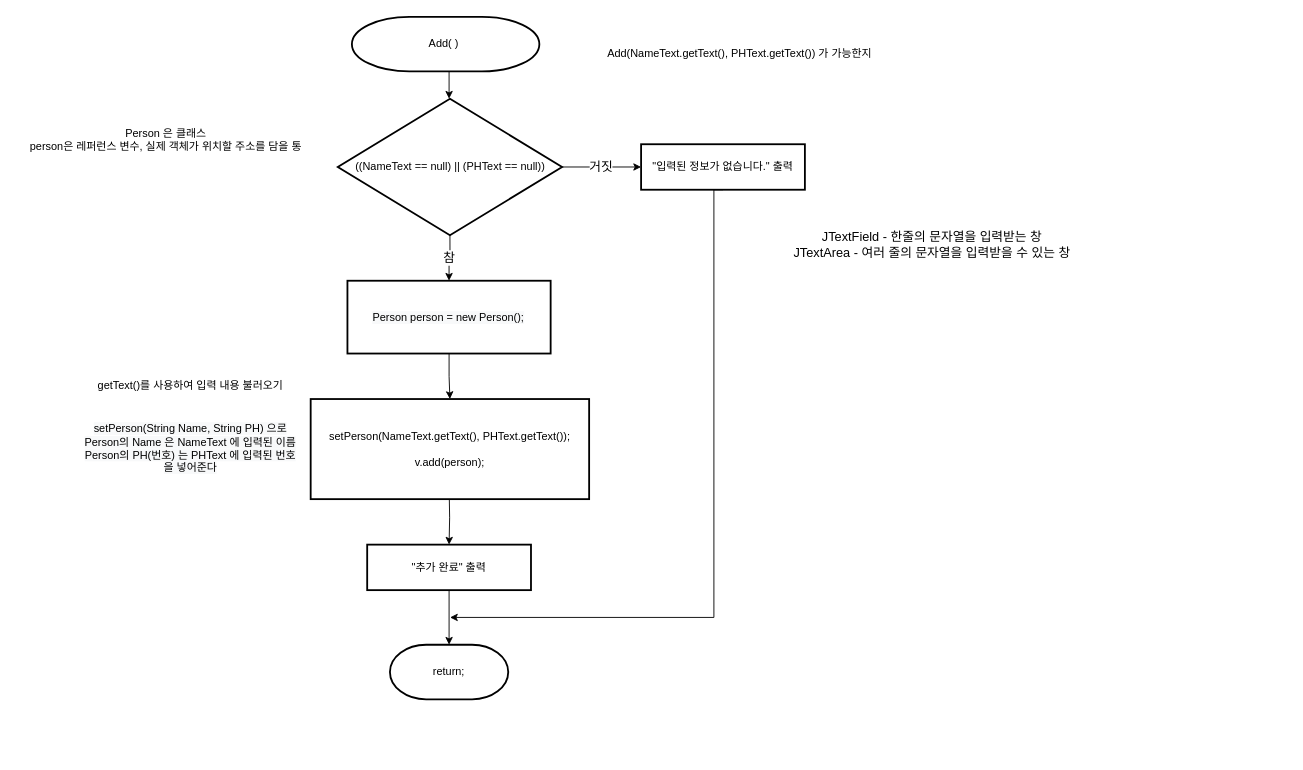
Above: 순서도/Add 기능 순서도_java.drawio in skatld123/PH_list_java (draw.io), before the change. Source tidied: cells renumbered, new cells numbered last; positions are measured from the earlier drawing's top-left corner, leaving out a move shared by most shapes. Both pictures are drawn from the tidied source at 91%, with x=0, y=0 at pixel (15, 16).
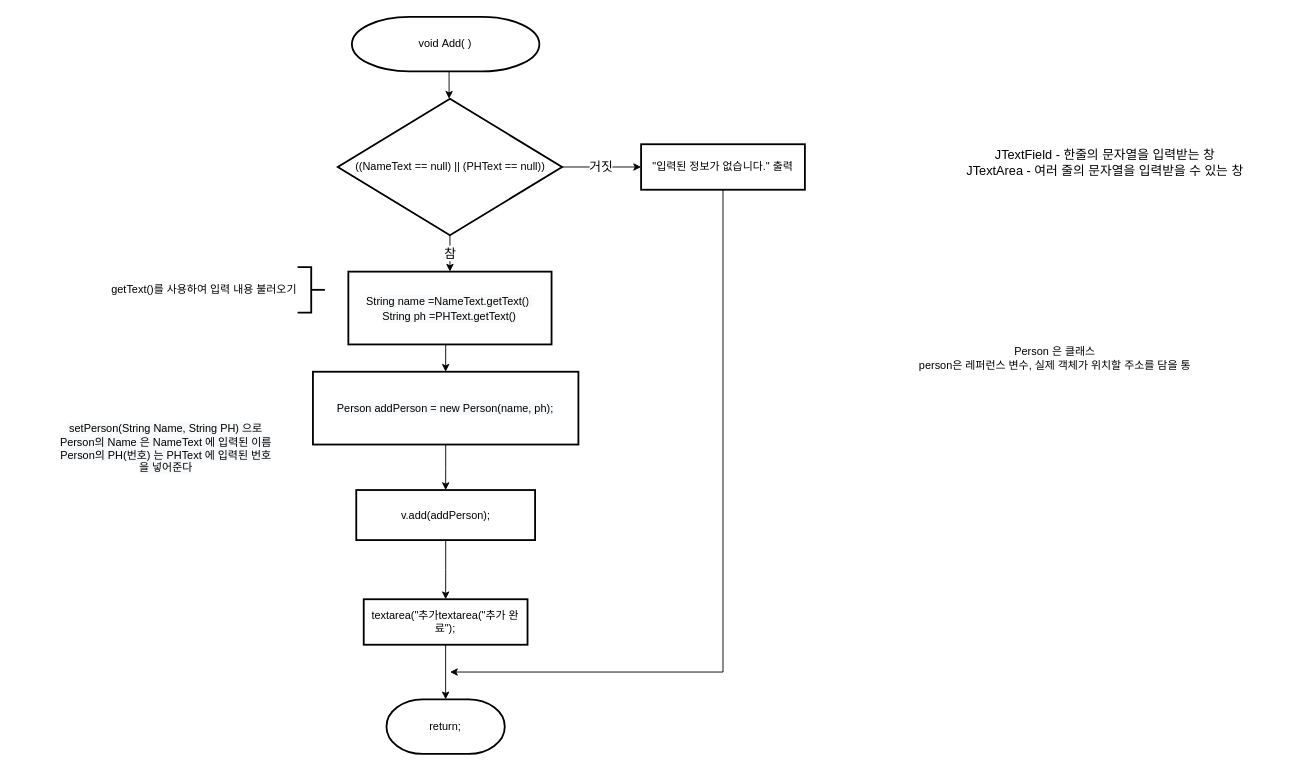
The same diagram, later.

Commit message:
Add 기능 순서도_java.drawio 업데이트

Unchanged cells that the change refers to:
```xml
<mxCell id="12" value="((NameText == null) || (PHText == null))" style="strokeWidth=2;html=1;shape=mxgraph.flowchart.decision;whiteSpace=wrap;" parent="1" vertex="1">
  <mxGeometry x="354.7" y="90" width="246.5" height="150" as="geometry" />
</mxCell>
<mxCell id="16" value="&quot;입력된 정보가 없습니다.&quot; 출력" style="rounded=1;whiteSpace=wrap;html=1;absoluteArcSize=1;arcSize=0;strokeWidth=2;" parent="1" vertex="1">
  <mxGeometry x="688" y="140" width="180" height="50" as="geometry" />
</mxCell>
```

Change to the diagram source:
```diff
@@
-    <mxCell id="3" value="&lt;span style=&quot;text-align: left&quot;&gt;Add( )&amp;nbsp;&lt;/span&gt;" style="strokeWidth=2;html=1;shape=mxgraph.flowchart.terminator;whiteSpace=wrap;" parent="1" vertex="1">
+    <mxCell id="3" value="&lt;span style=&quot;text-align: left&quot;&gt;void&amp;nbsp;&lt;/span&gt;&lt;span style=&quot;text-align: left&quot;&gt;Add( )&lt;/span&gt;" style="strokeWidth=2;html=1;shape=mxgraph.flowchart.terminator;whiteSpace=wrap;" parent="1" vertex="1">
       <mxGeometry x="370.2" width="206" height="60" as="geometry" />
     </mxCell>
     <mxCell id="4" value="return;" style="strokeWidth=2;html=1;shape=mxgraph.flowchart.terminator;whiteSpace=wrap;" parent="1" vertex="1">
-      <mxGeometry x="412" y="690" width="130" height="60" as="geometry" />
+      <mxGeometry x="408.2" y="750" width="130" height="60" as="geometry" />
     </mxCell>
@@
-    <mxCell id="6" value="&quot;추가 완료&quot; 출력" style="rounded=1;whiteSpace=wrap;html=1;absoluteArcSize=1;arcSize=0;strokeWidth=2;" parent="1" vertex="1">
-      <mxGeometry x="387" y="580" width="180" height="50" as="geometry" />
+    <mxCell id="6" value="textarea(&quot;추가textarea(&quot;추가 완료&quot;);" style="rounded=1;whiteSpace=wrap;html=1;absoluteArcSize=1;arcSize=0;strokeWidth=2;" parent="1" vertex="1">
+      <mxGeometry x="383.2" y="640" width="180" height="50" as="geometry" />
     </mxCell>
-    <mxCell id="7" style="edgeStyle=orthogonalEdgeStyle;rounded=0;jettySize=auto;html=1;entryX=0.5;entryY=0;entryDx=0;entryDy=0;" parent="1" edge="1" target="6">
-      <mxGeometry relative="1" as="geometry">
-        <mxPoint x="477.1" y="520" as="sourcePoint" />
-      </mxGeometry>
-    </mxCell>
     <mxCell id="8" value="Person 은 클래스&lt;br&gt;person은 레퍼런스 변수, 실제 객체가 위치할 주소를 담을 통" style="text;html=1;strokeColor=none;fillColor=none;align=center;verticalAlign=middle;whiteSpace=wrap;rounded=0;" parent="1" vertex="1">
-      <mxGeometry x="0.5" y="80" width="330" height="110" as="geometry" />
+      <mxGeometry x="978" y="320" width="330" height="110" as="geometry" />
     </mxCell>
+    <mxCell id="21" style="edgeStyle=orthogonalEdgeStyle;rounded=0;jettySize=auto;html=1;entryX=0.5;entryY=0;entryDx=0;entryDy=0;fontSize=14;" parent="1" edge="1" source="9" target="6">
+      <mxGeometry relative="1" as="geometry" />
+    </mxCell>
-    <mxCell id="9" value="&lt;p style=&quot;line-height: 140%&quot;&gt;&lt;span style=&quot;text-align: left&quot;&gt;setPerson(&lt;/span&gt;NameText.getText()&lt;span style=&quot;text-align: left&quot;&gt;,&amp;nbsp;&lt;/span&gt;PHText.getText());&lt;/p&gt;&lt;p style=&quot;line-height: 140%&quot;&gt;v.add(person);&lt;/p&gt;" style="rounded=1;whiteSpace=wrap;html=1;absoluteArcSize=1;arcSize=0;strokeWidth=2;align=center;" parent="1" vertex="1">
-      <mxGeometry x="324.9" y="420" width="306" height="110" as="geometry" />
+    <mxCell id="9" value="&lt;p style=&quot;line-height: 140%&quot;&gt;&lt;span&gt;v.add(&lt;/span&gt;&lt;span style=&quot;font-family: &amp;#34;helvetica&amp;#34;&quot;&gt;addPerson&lt;/span&gt;&lt;span&gt;);&lt;/span&gt;&lt;br&gt;&lt;/p&gt;" style="rounded=1;whiteSpace=wrap;html=1;absoluteArcSize=1;arcSize=0;strokeWidth=2;align=center;" parent="1" vertex="1">
+      <mxGeometry x="375" y="520" width="196.5" height="55" as="geometry" />
     </mxCell>
@@
-    <mxCell id="11" value="참" style="edgeStyle=orthogonalEdgeStyle;rounded=0;jettySize=auto;html=1;exitX=0.5;exitY=1;exitDx=0;exitDy=0;exitPerimeter=0;entryX=0.5;entryY=0;entryDx=0;entryDy=0;fontSize=14;" parent="1" edge="1" source="12" target="20">
+    <mxCell id="11" value="참" style="edgeStyle=orthogonalEdgeStyle;rounded=0;jettySize=auto;html=1;exitX=0.5;exitY=1;exitDx=0;exitDy=0;exitPerimeter=0;entryX=0.5;entryY=0;entryDx=0;entryDy=0;fontSize=14;" parent="1" edge="1" source="12" target="23">
       <mxGeometry relative="1" as="geometry" />
     </mxCell>
@@
     <mxCell id="13" value="getText()를 사용하여 입력 내용 불러오기" style="text;html=1;strokeColor=none;fillColor=none;align=center;verticalAlign=middle;whiteSpace=wrap;rounded=0;" parent="1" vertex="1">
-      <mxGeometry x="83" y="360" width="220" height="90" as="geometry" />
+      <mxGeometry x="98" y="255" width="220" height="90" as="geometry" />
     </mxCell>
     <mxCell id="14" value="&lt;br&gt;&lt;br&gt;&lt;span style=&quot;color: rgb(0 , 0 , 0) ; font-family: &amp;#34;helvetica&amp;#34; ; font-size: 12px ; font-style: normal ; font-weight: 400 ; letter-spacing: normal ; text-indent: 0px ; text-transform: none ; word-spacing: 0px ; background-color: rgb(248 , 249 , 250) ; text-align: left&quot;&gt;setPerson(String Name, String PH) 으로&lt;br&gt;Person의 Name 은&amp;nbsp;&lt;/span&gt;&lt;span style=&quot;color: rgb(0 , 0 , 0) ; font-family: &amp;#34;helvetica&amp;#34; ; font-size: 12px ; font-style: normal ; font-weight: 400 ; letter-spacing: normal ; text-align: center ; text-indent: 0px ; text-transform: none ; word-spacing: 0px ; background-color: rgb(248 , 249 , 250) ; display: inline ; float: none&quot;&gt;NameText 에 입력된 이름&lt;/span&gt;&lt;br style=&quot;color: rgb(0 , 0 , 0) ; font-family: &amp;#34;helvetica&amp;#34; ; font-size: 12px ; font-style: normal ; font-weight: 400 ; letter-spacing: normal ; text-align: center ; text-indent: 0px ; text-transform: none ; word-spacing: 0px ; background-color: rgb(248 , 249 , 250)&quot;&gt;&lt;span style=&quot;color: rgb(0 , 0 , 0) ; font-family: &amp;#34;helvetica&amp;#34; ; font-size: 12px ; font-style: normal ; font-weight: 400 ; letter-spacing: normal ; text-indent: 0px ; text-transform: none ; word-spacing: 0px ; background-color: rgb(248 , 249 , 250) ; text-align: left&quot;&gt;Person의 PH(번호) 는&amp;nbsp;&lt;/span&gt;&lt;span style=&quot;color: rgb(0 , 0 , 0) ; font-family: &amp;#34;helvetica&amp;#34; ; font-size: 12px ; font-style: normal ; font-weight: 400 ; letter-spacing: normal ; text-align: center ; text-indent: 0px ; text-transform: none ; word-spacing: 0px ; background-color: rgb(248 , 249 , 250) ; display: inline ; float: none&quot;&gt;PHText 에 입력된 번호&lt;/span&gt;&lt;br style=&quot;color: rgb(0 , 0 , 0) ; font-family: &amp;#34;helvetica&amp;#34; ; font-size: 12px ; font-style: normal ; font-weight: 400 ; letter-spacing: normal ; text-align: center ; text-indent: 0px ; text-transform: none ; word-spacing: 0px ; background-color: rgb(248 , 249 , 250)&quot;&gt;&lt;span style=&quot;color: rgb(0 , 0 , 0) ; font-family: &amp;#34;helvetica&amp;#34; ; font-size: 12px ; font-style: normal ; font-weight: 400 ; letter-spacing: normal ; text-indent: 0px ; text-transform: none ; word-spacing: 0px ; background-color: rgb(248 , 249 , 250) ; text-align: left&quot;&gt;을 넣어준다&lt;/span&gt;" style="text;html=1;strokeColor=none;fillColor=none;align=center;verticalAlign=middle;whiteSpace=wrap;rounded=0;" parent="1" vertex="1">
-      <mxGeometry x="48" y="380" width="290" height="160" as="geometry" />
+      <mxGeometry x="20.5" y="380" width="290" height="160" as="geometry" />
     </mxCell>
     <mxCell id="15" style="edgeStyle=orthogonalEdgeStyle;rounded=0;jettySize=auto;html=1;exitX=0.5;exitY=1;exitDx=0;exitDy=0;fontSize=14;" parent="1" edge="1" source="16">
       <mxGeometry relative="1" as="geometry">
-        <mxPoint x="478" y="660" as="targetPoint" />
+        <mxPoint x="478" y="720" as="targetPoint" />
         <Array as="points">
-          <mxPoint x="768" y="660" />
+          <mxPoint x="778" y="720" />
         </Array>
       </mxGeometry>
     </mxCell>
@@
     <mxCell id="17" value="JTextField - 한줄의 문자열을 입력받는 창&lt;br&gt;JTextArea - 여러 줄의 문자열을 입력받을 수 있는 창" style="text;html=1;strokeColor=none;fillColor=none;align=center;verticalAlign=middle;whiteSpace=wrap;rounded=0;fontSize=14;" parent="1" vertex="1">
-      <mxGeometry x="808" y="200" width="400" height="100" as="geometry" />
+      <mxGeometry x="998" y="110" width="400" height="100" as="geometry" />
     </mxCell>
-    <mxCell id="18" value="&lt;span style=&quot;font-size: 12px&quot;&gt;Add(NameText.getText()&lt;/span&gt;&lt;span style=&quot;font-size: 12px ; text-align: left&quot;&gt;,&amp;nbsp;&lt;/span&gt;&lt;span style=&quot;font-size: 12px&quot;&gt;PHText.getText()) 가 가능한지&lt;/span&gt;" style="text;html=1;strokeColor=none;fillColor=none;align=center;verticalAlign=middle;whiteSpace=wrap;rounded=0;fontSize=14;" parent="1" vertex="1">
-      <mxGeometry x="623.5" width="344.5" height="80" as="geometry" />
-    </mxCell>
@@
-    <mxCell id="20" value="&#10;&#10;&lt;span style=&quot;color: rgb(0, 0, 0); font-family: helvetica; font-size: 12px; font-style: normal; font-weight: 400; letter-spacing: normal; text-align: center; text-indent: 0px; text-transform: none; word-spacing: 0px; background-color: rgb(248, 249, 250); display: inline; float: none;&quot;&gt;Person person = new Person();&lt;/span&gt;&#10;&#10;" style="rounded=1;whiteSpace=wrap;html=1;absoluteArcSize=1;arcSize=0;strokeWidth=2;fontSize=14;" parent="1" vertex="1">
-      <mxGeometry x="365.3" y="290" width="223.3" height="80" as="geometry" />
+    <mxCell id="20" value="&lt;span style=&quot;color: rgb(0 , 0 , 0) ; font-family: &amp;#34;helvetica&amp;#34; ; font-size: 12px ; font-style: normal ; font-weight: 400 ; letter-spacing: normal ; text-align: center ; text-indent: 0px ; text-transform: none ; word-spacing: 0px ; background-color: rgb(248 , 249 , 250) ; display: inline ; float: none&quot;&gt;Person addPerson = new Person(name, ph);&lt;/span&gt;" style="rounded=1;whiteSpace=wrap;html=1;absoluteArcSize=1;arcSize=0;strokeWidth=2;fontSize=14;" parent="1" vertex="1">
+      <mxGeometry x="327.4" y="390" width="291.7" height="80" as="geometry" />
     </mxCell>
+    <mxCell id="22" style="edgeStyle=orthogonalEdgeStyle;rounded=0;jettySize=auto;html=1;exitX=0.5;exitY=1;exitDx=0;exitDy=0;entryX=0.5;entryY=0;entryDx=0;entryDy=0;fontSize=14;" parent="1" edge="1" source="23" target="20">
+      <mxGeometry relative="1" as="geometry" />
+    </mxCell>
+    <mxCell id="23" value="&lt;span style=&quot;color: rgb(0 , 0 , 0) ; font-family: &amp;#34;helvetica&amp;#34; ; font-size: 12px ; font-style: normal ; font-weight: 400 ; letter-spacing: normal ; text-align: center ; text-indent: 0px ; text-transform: none ; word-spacing: 0px ; background-color: rgb(248 , 249 , 250) ; display: inline ; float: none&quot;&gt;String name =NameText.getText()&lt;/span&gt;&lt;span style=&quot;color: rgb(0 , 0 , 0) ; font-family: &amp;#34;helvetica&amp;#34; ; font-size: 12px ; font-style: normal ; font-weight: 400 ; letter-spacing: normal ; text-indent: 0px ; text-transform: none ; word-spacing: 0px ; background-color: rgb(248 , 249 , 250) ; text-align: left&quot;&gt;&amp;nbsp;&lt;br&gt;&lt;/span&gt;&lt;span style=&quot;color: rgb(0 , 0 , 0) ; font-family: &amp;#34;helvetica&amp;#34; ; font-size: 12px ; font-style: normal ; font-weight: 400 ; letter-spacing: normal ; text-align: center ; text-indent: 0px ; text-transform: none ; word-spacing: 0px ; background-color: rgb(248 , 249 , 250) ; display: inline ; float: none&quot;&gt;String ph =PHText.getText()&lt;/span&gt;" style="rounded=1;whiteSpace=wrap;html=1;absoluteArcSize=1;arcSize=0;strokeWidth=2;fontSize=14;" parent="1" vertex="1">
+      <mxGeometry x="366.3" y="280" width="223.3" height="80" as="geometry" />
+    </mxCell>
+    <mxCell id="24" style="strokeWidth=2;html=1;shape=mxgraph.flowchart.annotation_2;align=left;labelPosition=right;fontSize=14;direction=west;" parent="1" vertex="1">
+      <mxGeometry x="310.5" y="275" width="30" height="50" as="geometry" />
+    </mxCell>
```
